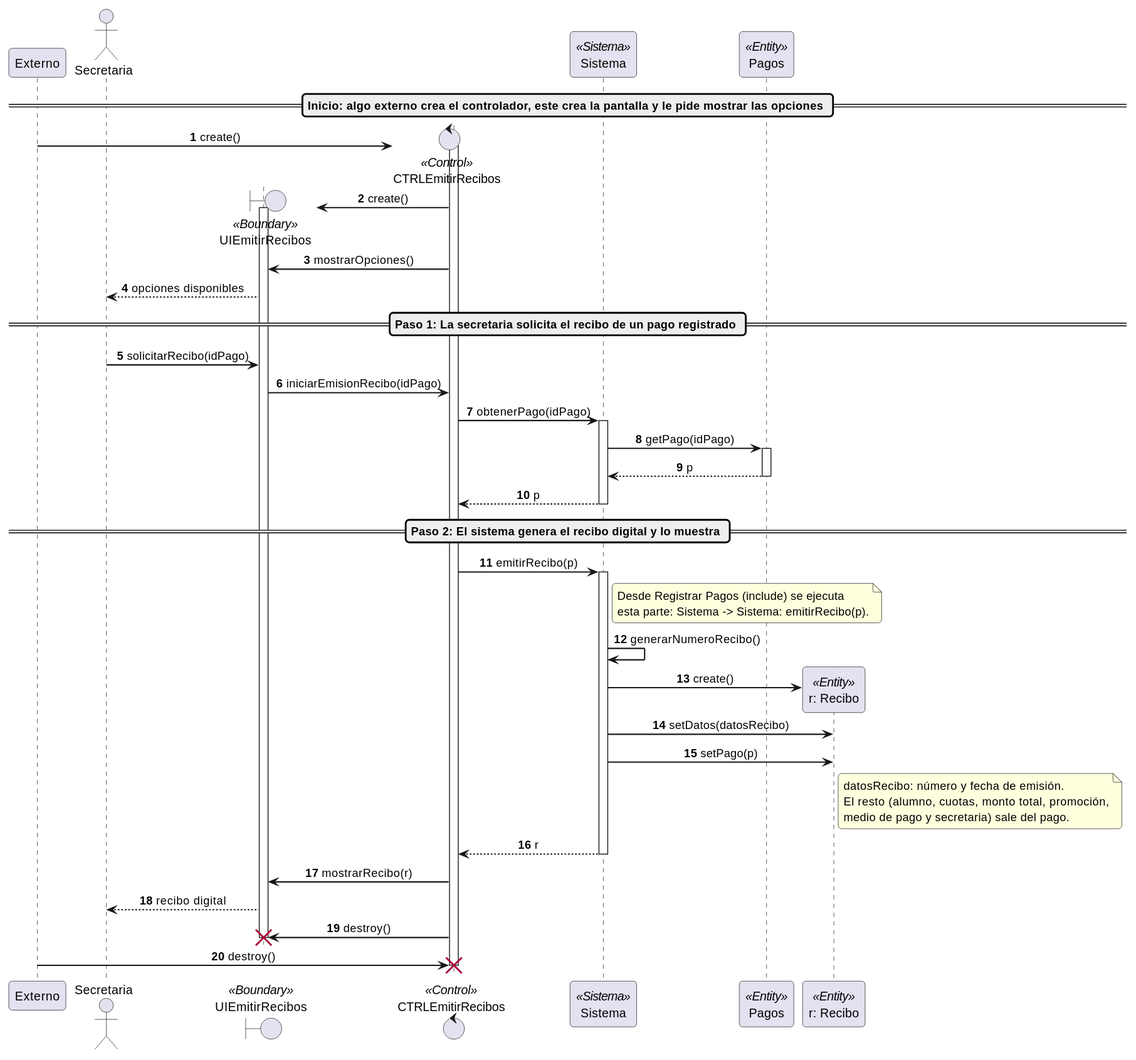
Above: tpi2/02-realizacion-cu/4b_secuencia_emitir_recibos.svg in sandobaitt/TpDiseno (PlantUML), before the change.
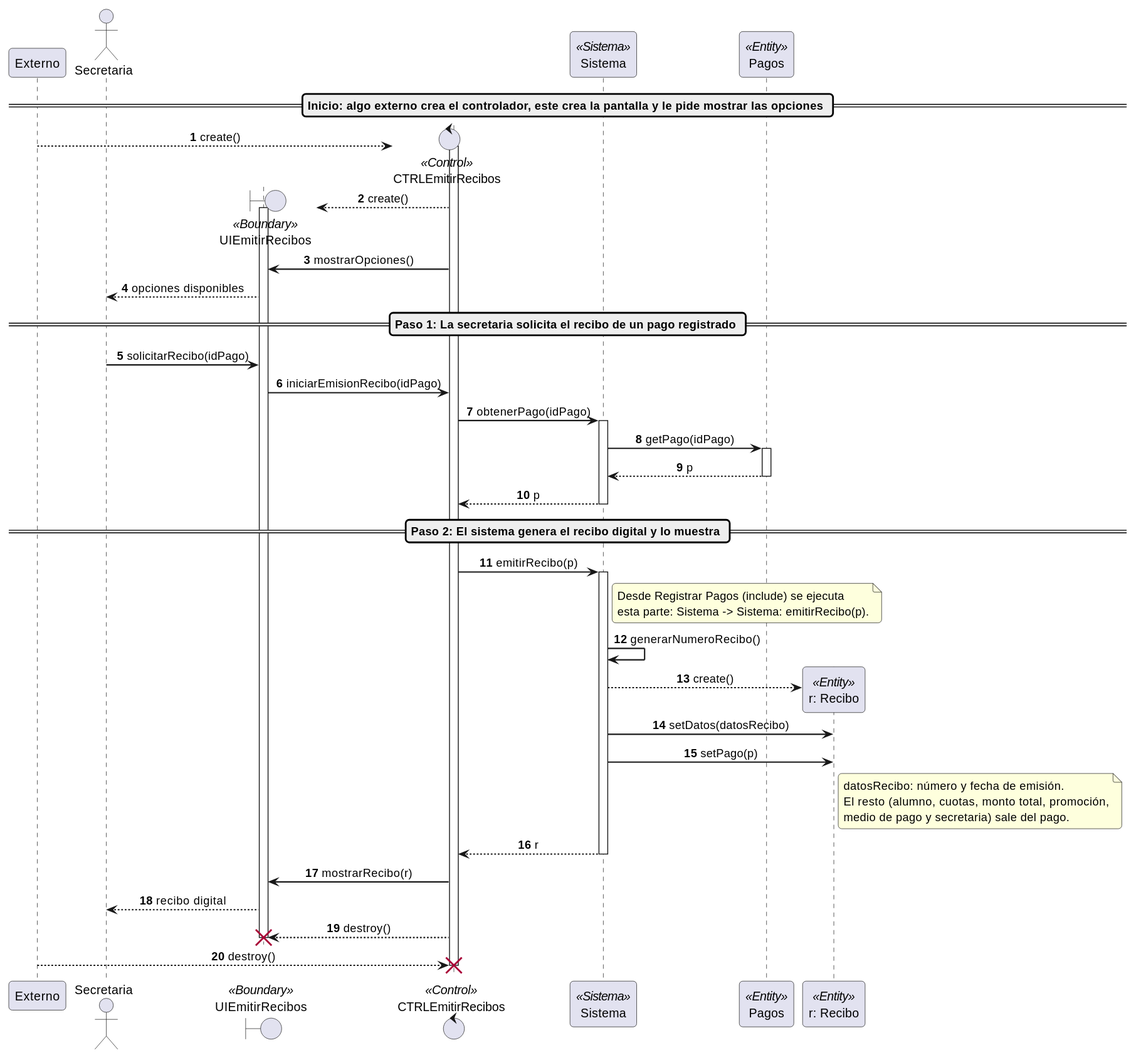
Above is the later version.

Change to the diagram source:
```diff
@@ -19,10 +19,10 @@
 
 == Inicio: algo externo crea el controlador, este crea la pantalla y le pide mostrar las opciones ==
 create CTRLCU
-Externo -> CTRLCU: create()
+Externo --> CTRLCU: create()
 activate CTRLCU
 create UI
-CTRLCU -> UI: create()
+CTRLCU --> UI: create()
 activate UI
 CTRLCU -> UI: mostrarOpciones()
 UI --> Actor: opciones disponibles
@@ -52,7 +52,7 @@
 Sistema -> Sistema: generarNumeroRecibo()
 
 create Recibo
-Sistema -> Recibo: create()
+Sistema --> Recibo: create()
 Sistema -> Recibo: setDatos(datosRecibo)
 Sistema -> Recibo: setPago(p)
 
@@ -68,8 +68,8 @@
 CTRLCU -> UI: mostrarRecibo(r)
 UI --> Actor: recibo digital
 
-CTRLCU -> UI: destroy()
+CTRLCU --> UI: destroy()
 destroy UI
-Externo -> CTRLCU: destroy()
+Externo --> CTRLCU: destroy()
 destroy CTRLCU
 @enduml
```
